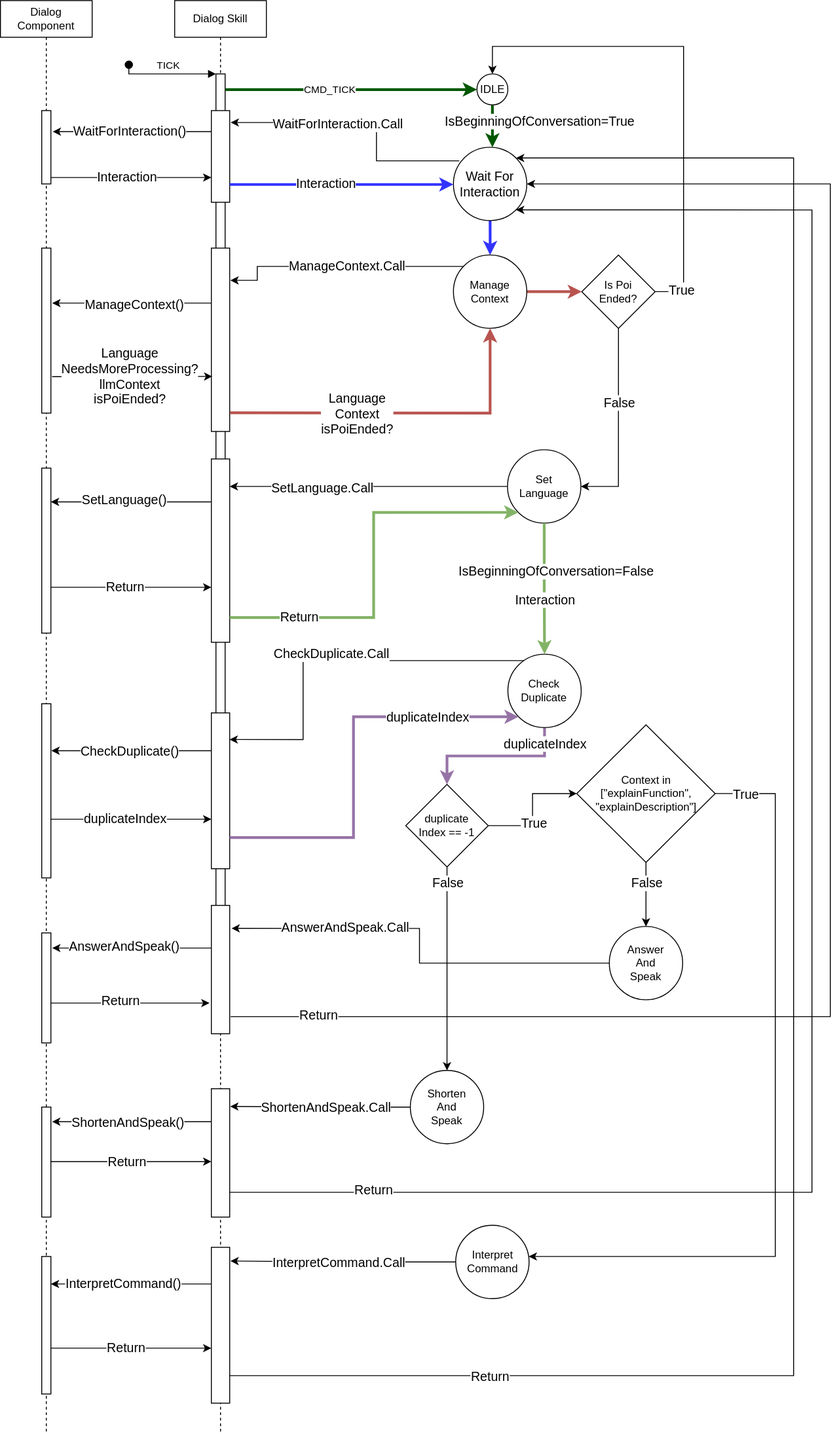
convince-project/UC3 keeps this draw.io diagram as src/skills/dialog_skill/images/SequenceDiagram.drawio.svg. Above is the earlier version. Source tidied: cells renumbered, new cells last; positions are measured from the earlier drawing's top-left corner, leaving out a move shared by most shapes.
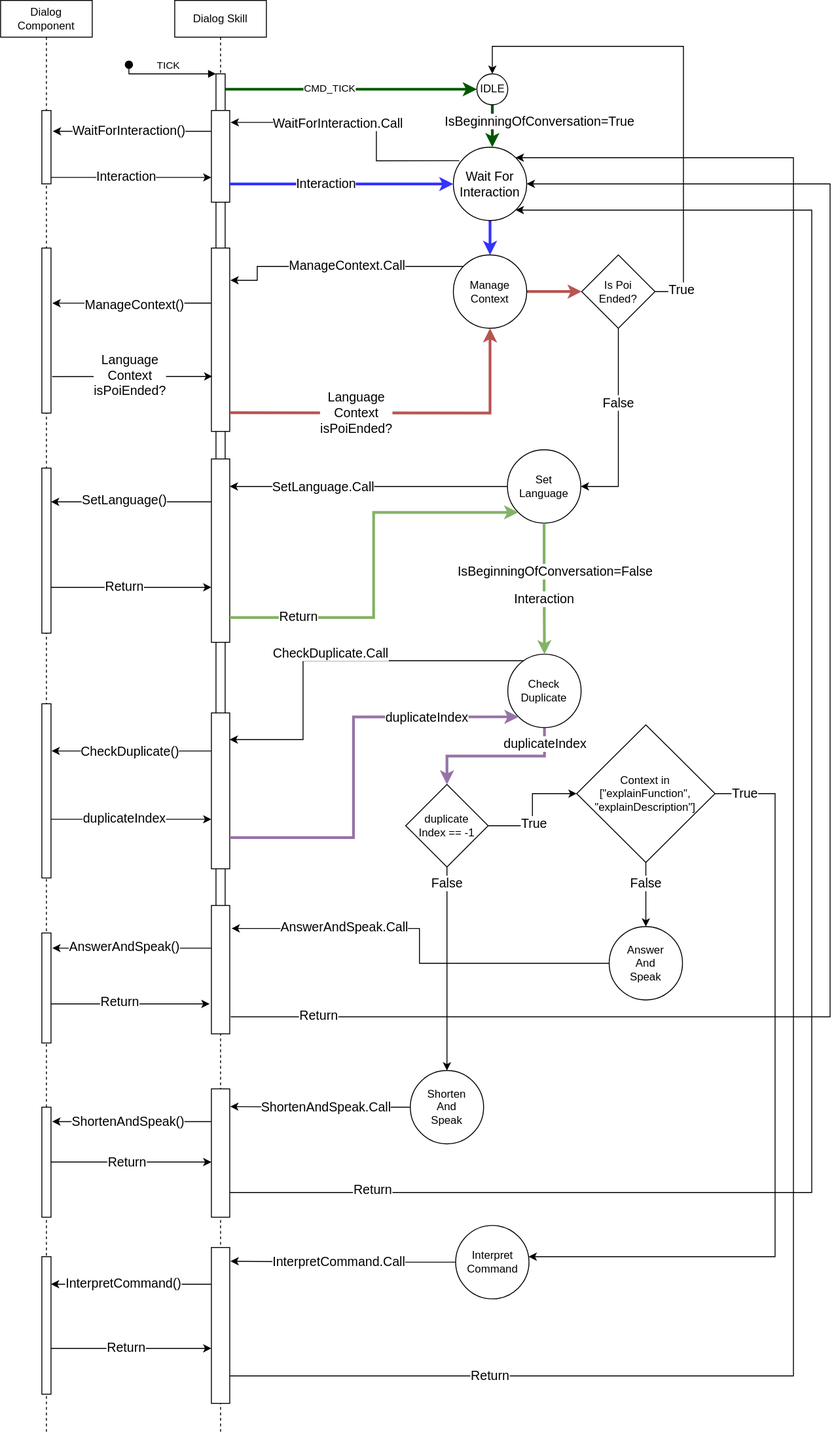
After the commit.

Diff of the diagram source:
```diff
@@ -153,7 +153,7 @@
         </Array>
       </mxGeometry>
     </mxCell>
-    <mxCell id="40" value="Language&lt;br&gt;NeedsMoreProcessing?&lt;br&gt;llmContext&lt;br&gt;isPoiEnded?" style="edgeLabel;html=1;align=center;verticalAlign=middle;fontSize=14;" parent="39" vertex="1">
+    <mxCell id="40" value="Language&lt;br&gt;Context&lt;br&gt;isPoiEnded?" style="edgeLabel;html=1;align=center;verticalAlign=middle;fontSize=14;" parent="39" vertex="1">
       <mxGeometry x="0.09" y="1" relative="1" as="geometry">
         <mxPoint x="-11" as="offset" />
       </mxGeometry>
```
